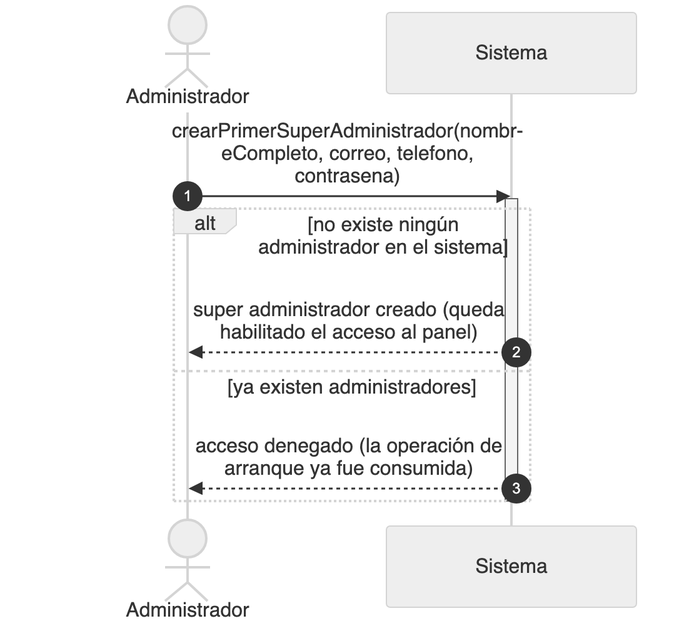
Before: diagramas/png/DSS_CU-087_Crear-El-Primer-Super-Administrador.png, a diagram exported from Mermaid (Nahuelito-Dev/splg-docs). Its source is kept beside it as diagramas/DSS_CU-087_Crear-El-Primer-Super-Administrador.mmd. The source it was exported from:
```mermaid
sequenceDiagram
    title DSS — CU-087 Crear El Primer Super Administrador
    autonumber
    actor GEN as Administrador General
    participant SIS as Sistema

    GEN->>SIS: crearPrimerSuperAdministrador(nombreCompleto, correo, telefono, contrasena)
    activate SIS
    alt no existe ningún super administrador
        SIS-->>GEN: super administrador creado (queda habilitado el acceso al panel)
    else ya existe un super administrador
        SIS-->>GEN: rechazo (la operación de arranque ya fue usada)
    end
    deactivate SIS
    Note over GEN,SIS: Se ejecuta desde el servidor, no desde el panel ni las apps
```
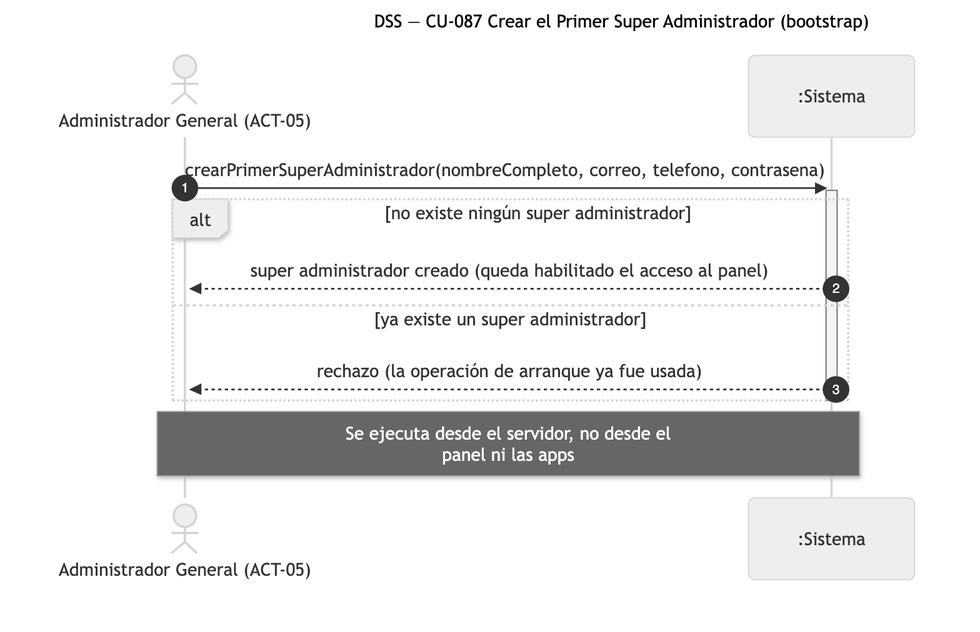
The same file after the commit.

What changed in the source:
```diff
@@ -1,8 +1,8 @@
 sequenceDiagram
-    title DSS — CU-087 Crear El Primer Super Administrador
+    title DSS — CU-087 Crear el Primer Super Administrador (bootstrap)
     autonumber
-    actor GEN as Administrador General
-    participant SIS as Sistema
+    actor GEN as Administrador General (ACT-05)
+    participant SIS as :Sistema
 
     GEN->>SIS: crearPrimerSuperAdministrador(nombreCompleto, correo, telefono, contrasena)
     activate SIS
@@ -12,4 +12,4 @@
         SIS-->>GEN: rechazo (la operación de arranque ya fue usada)
     end
     deactivate SIS
-    Note over GEN,SIS: Se ejecuta desde el servidor, no desde el panel ni las apps
+    Note over GEN,SIS: Se ejecuta desde el servidor, no desde el<br/>panel ni las apps
```
